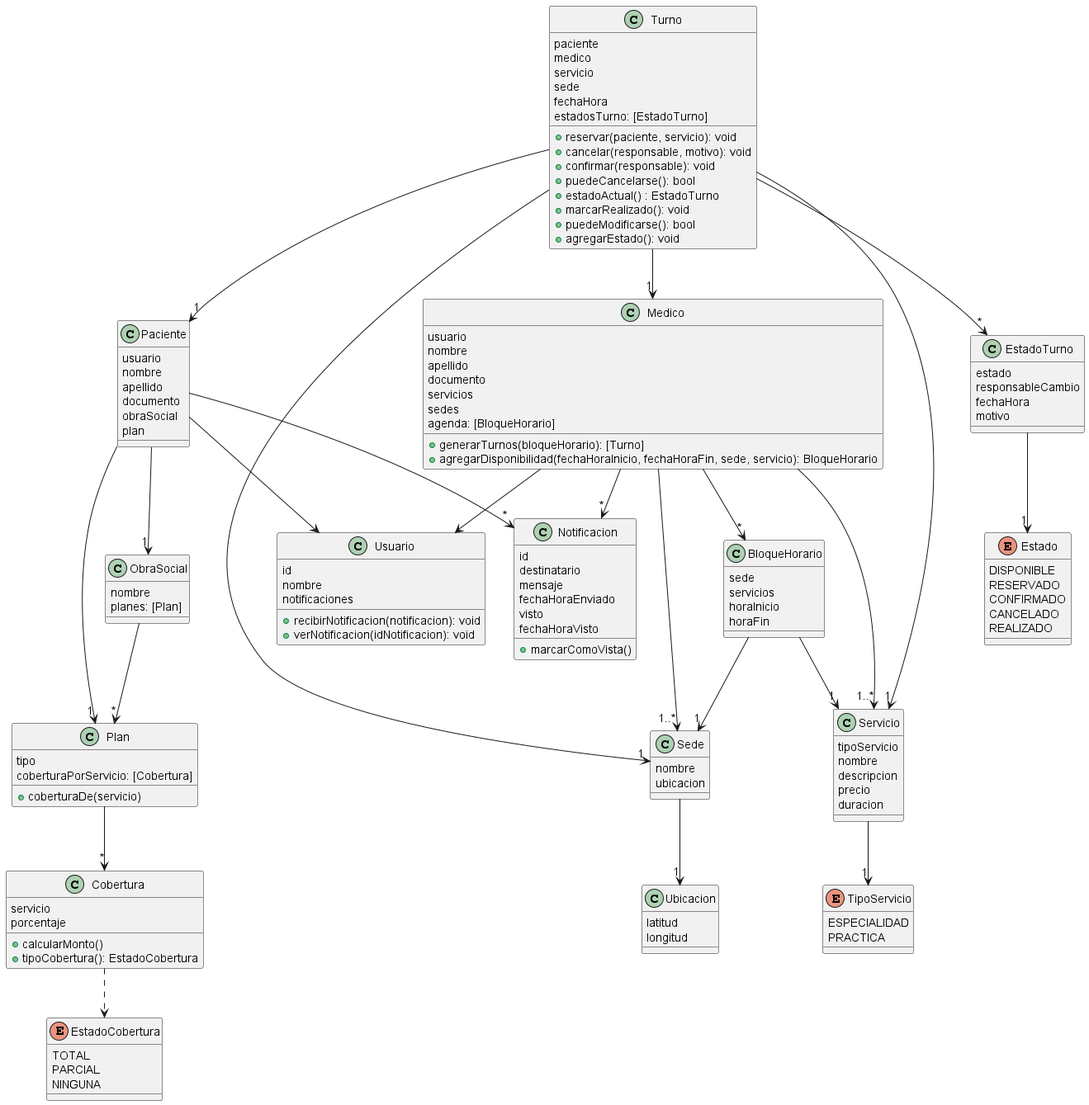
Earlier version of the PlantUML export docs/diag-clases-tp.png (tinogera/Sweet-Medical).
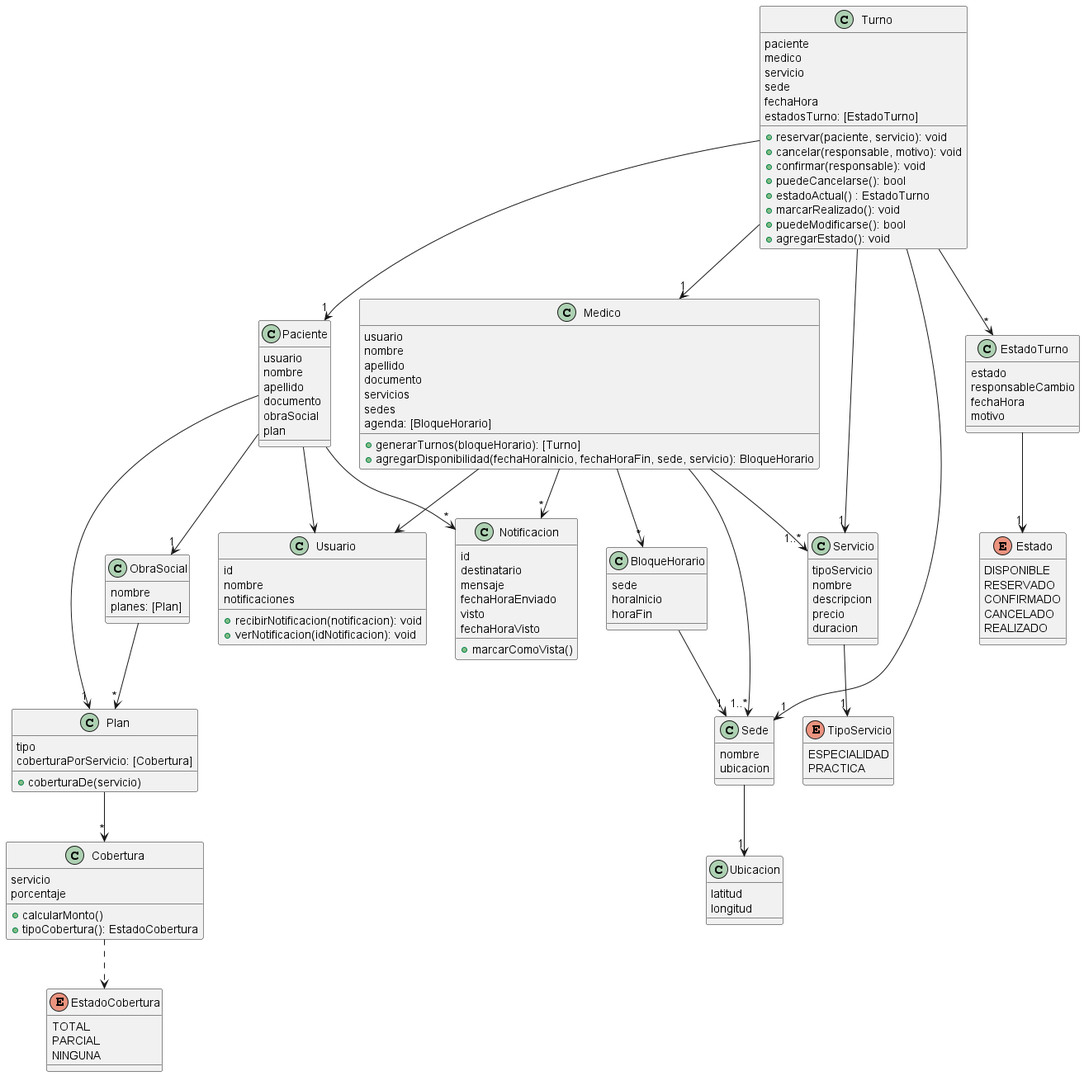
The same file after the commit.

Diff of the diagram source:
```diff
@@ -8,7 +8,6 @@
 
 Servicio --> "1" TipoServicio
 
-BloqueHorario --> "1" Servicio
 BloqueHorario --> "1" Sede
 
 Sede --> "1" Ubicacion
@@ -69,7 +68,6 @@
 
 class BloqueHorario {
     sede
-    servicios
     horaInicio
     horaFin
 }
```
